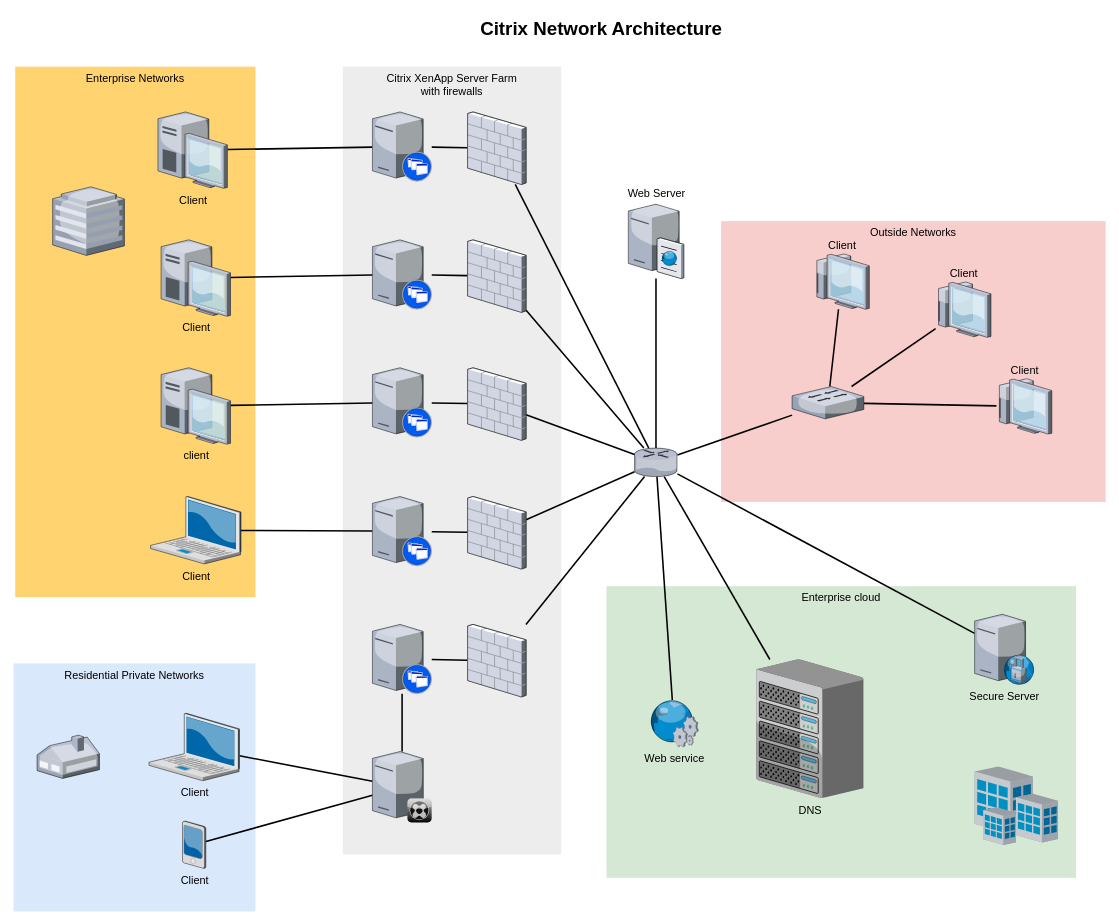
Above: workfile/网络安全域的划分构建（网络配置）.drawio in 0314Valen/0314Valen.github.io (draw.io), before the change. Source tidied: cells renumbered, new cells numbered last; positions are measured from the earlier drawing's top-left corner, leaving out a move shared by most shapes. Both pictures are drawn from the tidied source at 78%, with x=0, y=0 at pixel (13, 13).
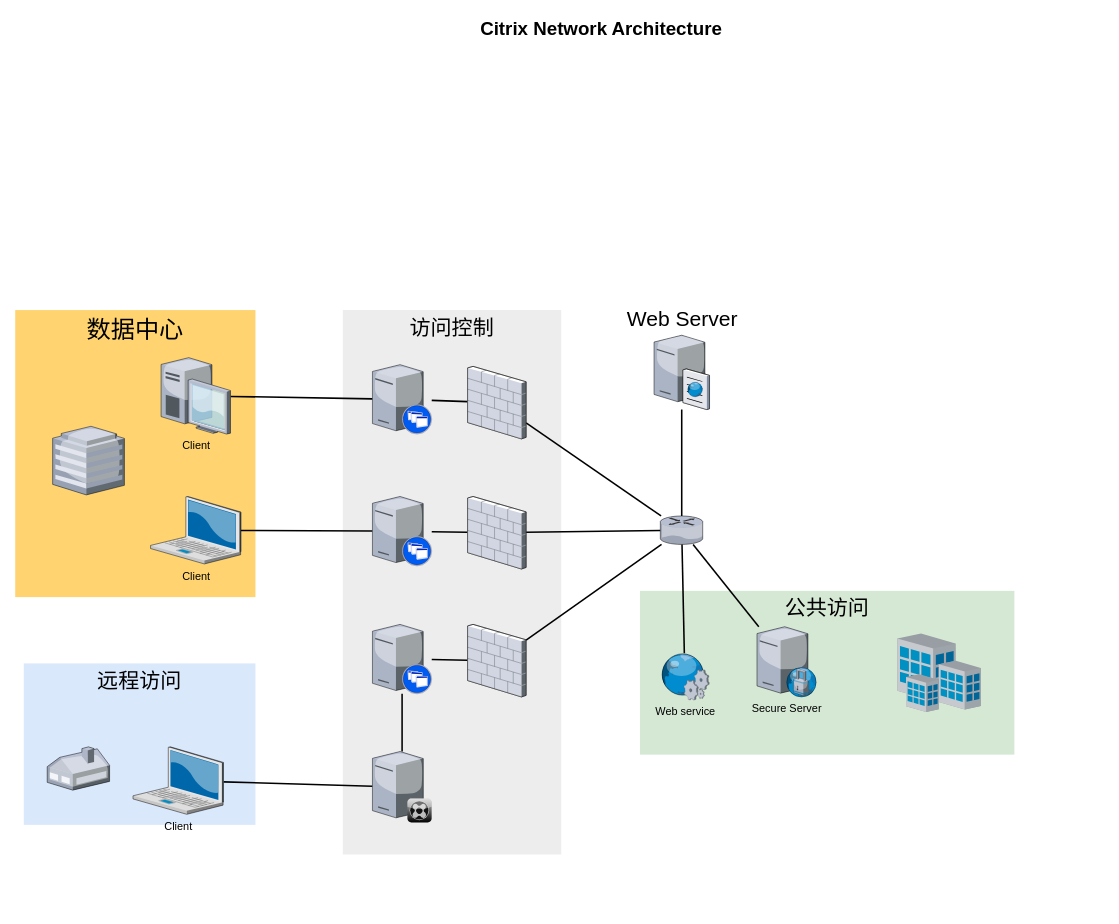
The same diagram, later.

Commit message:
更新网络安全域的划分构建（网络配置）.drawio

Unchanged cells that the change refers to:
```xml
<mxCell id="35" style="verticalLabelPosition=bottom;html=1;verticalAlign=top;strokeColor=none;shape=mxgraph.citrix.xenclient_synchronizer;fillColor=#CCCCCC;gradientColor=#000000;gradientDirection=south;fontSize=14;" parent="1" vertex="1">
  <mxGeometry x="460" y="946" width="76" height="91" as="geometry" />
</mxCell>
```

What changed in the source:
```diff
@@
-    <mxCell id="2" value="Outside Networks" style="whiteSpace=wrap;html=1;fillColor=#f8cecc;fontSize=14;strokeColor=none;verticalAlign=top;" parent="1" vertex="1">
-      <mxGeometry x="907" y="266" width="493" height="360" as="geometry" />
-    </mxCell>
-    <mxCell id="3" value="Enterprise cloud" style="whiteSpace=wrap;html=1;fillColor=#d5e8d4;fontSize=14;strokeColor=none;verticalAlign=top;" parent="1" vertex="1">
-      <mxGeometry x="760" y="734" width="602" height="374" as="geometry" />
+    <mxCell id="3" value="&lt;span style=&quot;font-size: 27px;&quot;&gt;公共访问&lt;/span&gt;" style="whiteSpace=wrap;html=1;fillColor=#d5e8d4;fontSize=14;strokeColor=none;verticalAlign=top;" parent="1" vertex="1">
+      <mxGeometry x="803" y="740" width="480" height="210" as="geometry" />
     </mxCell>
-    <mxCell id="4" value="Citrix XenApp Server Farm&lt;div&gt;with firewalls&lt;/div&gt;" style="whiteSpace=wrap;html=1;fillColor=#EDEDED;fontSize=14;strokeColor=none;verticalAlign=top;" parent="1" vertex="1">
-      <mxGeometry x="422" y="68" width="280" height="1010" as="geometry" />
+    <mxCell id="4" value="&lt;font style=&quot;font-size: 27px;&quot;&gt;访问控制&lt;/font&gt;" style="whiteSpace=wrap;html=1;fillColor=#EDEDED;fontSize=14;strokeColor=none;verticalAlign=top;" parent="1" vertex="1">
+      <mxGeometry x="422" y="380" width="280" height="698" as="geometry" />
     </mxCell>
-    <mxCell id="5" value="Residential Private Networks" style="whiteSpace=wrap;html=1;fillColor=#dae8fc;fontSize=14;strokeColor=none;verticalAlign=top;" parent="1" vertex="1">
-      <mxGeometry y="833" width="310" height="318" as="geometry" />
+    <mxCell id="5" value="&lt;font style=&quot;font-size: 27px;&quot;&gt;远程访问&lt;/font&gt;" style="whiteSpace=wrap;html=1;fillColor=#dae8fc;fontSize=14;strokeColor=none;verticalAlign=top;" parent="1" vertex="1">
+      <mxGeometry x="13" y="833" width="297" height="207" as="geometry" />
     </mxCell>
-    <mxCell id="6" value="Enterprise Networks" style="whiteSpace=wrap;html=1;fillColor=#FFD470;gradientColor=none;fontSize=14;strokeColor=none;verticalAlign=top;" parent="1" vertex="1">
-      <mxGeometry x="2" y="68" width="308" height="680" as="geometry" />
+    <mxCell id="6" value="&lt;font style=&quot;font-size: 31px;&quot;&gt;数据中心&lt;/font&gt;" style="whiteSpace=wrap;html=1;fillColor=#FFD470;gradientColor=none;fontSize=14;strokeColor=none;verticalAlign=top;" parent="1" vertex="1">
+      <mxGeometry x="2" y="380" width="308" height="368" as="geometry" />
     </mxCell>
@@
     <mxCell id="8" value="Client" style="verticalLabelPosition=bottom;html=1;verticalAlign=top;strokeColor=none;shape=mxgraph.citrix.laptop_2;fillColor=#66B2FF;gradientColor=#0066CC;fontSize=14;" parent="1" vertex="1">
-      <mxGeometry x="173.5" y="897" width="116" height="86.5" as="geometry" />
+      <mxGeometry x="153" y="940" width="116" height="86.5" as="geometry" />
     </mxCell>
@@
-    <mxCell id="11" style="edgeStyle=none;rounded=0;html=1;startSize=10;endSize=10;jettySize=auto;fontSize=14;endArrow=none;endFill=0;strokeWidth=2;" parent="1" edge="1" source="12" target="24">
-      <mxGeometry relative="1" as="geometry" />
-    </mxCell>
-    <mxCell id="12" value="client" style="verticalLabelPosition=bottom;html=1;verticalAlign=top;strokeColor=none;shape=mxgraph.citrix.desktop;fillColor=#66B2FF;gradientColor=#0066CC;fontSize=14;" parent="1" vertex="1">
-      <mxGeometry x="189" y="454" width="89" height="98" as="geometry" />
-    </mxCell>
-    <mxCell id="13" style="edgeStyle=none;rounded=0;html=1;startSize=10;endSize=10;jettySize=auto;fontSize=14;endArrow=none;endFill=0;strokeWidth=2;" parent="1" edge="1" source="14" target="26">
-      <mxGeometry relative="1" as="geometry" />
-    </mxCell>
-    <mxCell id="14" value="Client" style="verticalLabelPosition=bottom;html=1;verticalAlign=top;strokeColor=none;shape=mxgraph.citrix.desktop;fillColor=#66B2FF;gradientColor=#0066CC;fontSize=14;" parent="1" vertex="1">
-      <mxGeometry x="189" y="290" width="89" height="98" as="geometry" />
-    </mxCell>
@@
     <mxCell id="16" value="Client" style="verticalLabelPosition=bottom;html=1;verticalAlign=top;strokeColor=none;shape=mxgraph.citrix.desktop;fillColor=#66B2FF;gradientColor=#0066CC;fontSize=14;" parent="1" vertex="1">
-      <mxGeometry x="185" y="126" width="89" height="98" as="geometry" />
+      <mxGeometry x="189" y="441" width="89" height="98" as="geometry" />
     </mxCell>
-    <mxCell id="17" style="edgeStyle=none;rounded=0;html=1;startSize=10;endSize=10;jettySize=auto;fontSize=14;endArrow=none;endFill=0;strokeWidth=2;" parent="1" edge="1" source="18" target="35">
-      <mxGeometry relative="1" as="geometry" />
-    </mxCell>
-    <mxCell id="18" value="Client" style="verticalLabelPosition=bottom;html=1;verticalAlign=top;strokeColor=none;shape=mxgraph.citrix.pda;fillColor=#66B2FF;gradientColor=#0066CC;fontSize=14;" parent="1" vertex="1">
-      <mxGeometry x="216.5" y="1035" width="30" height="61" as="geometry" />
-    </mxCell>
@@
-    <mxCell id="23" style="edgeStyle=none;rounded=0;html=1;startSize=10;endSize=10;jettySize=auto;fontSize=14;endArrow=none;endFill=0;strokeWidth=2;" parent="1" edge="1" source="24" target="43">
-      <mxGeometry relative="1" as="geometry" />
-    </mxCell>
-    <mxCell id="24" style="verticalLabelPosition=bottom;html=1;verticalAlign=top;strokeColor=none;shape=mxgraph.citrix.xenapp_server;fillColor=#66B2FF;gradientColor=#0066CC;fontSize=14;" parent="1" vertex="1">
-      <mxGeometry x="460" y="454" width="76" height="89" as="geometry" />
-    </mxCell>
-    <mxCell id="25" style="edgeStyle=none;rounded=0;html=1;startSize=10;endSize=10;jettySize=auto;fontSize=14;endArrow=none;endFill=0;strokeWidth=2;" parent="1" edge="1" source="26" target="41">
-      <mxGeometry relative="1" as="geometry" />
-    </mxCell>
-    <mxCell id="26" style="verticalLabelPosition=bottom;html=1;verticalAlign=top;strokeColor=none;shape=mxgraph.citrix.xenapp_server;fillColor=#66B2FF;gradientColor=#0066CC;fontSize=14;" parent="1" vertex="1">
-      <mxGeometry x="460" y="290" width="76" height="89" as="geometry" />
-    </mxCell>
@@
     <mxCell id="28" style="verticalLabelPosition=bottom;html=1;verticalAlign=top;strokeColor=none;shape=mxgraph.citrix.xenapp_server;fillColor=#66B2FF;gradientColor=#0066CC;fontSize=14;" parent="1" vertex="1">
-      <mxGeometry x="460" y="126" width="76" height="89" as="geometry" />
+      <mxGeometry x="460" y="450" width="76" height="89" as="geometry" />
     </mxCell>
-    <mxCell id="29" style="edgeStyle=none;rounded=0;html=1;startSize=10;endSize=10;jettySize=auto;fontSize=14;endArrow=none;endFill=0;strokeWidth=2;" parent="1" edge="1" source="33" target="37">
-      <mxGeometry relative="1" as="geometry" />
-    </mxCell>
@@
-    <mxCell id="31" style="edgeStyle=none;rounded=0;html=1;startSize=10;endSize=10;jettySize=auto;fontSize=14;endArrow=none;endFill=0;strokeWidth=2;" parent="1" edge="1" source="33" target="54">
-      <mxGeometry relative="1" as="geometry" />
-    </mxCell>
@@
     <mxCell id="33" style="verticalLabelPosition=bottom;html=1;verticalAlign=top;strokeColor=none;shape=mxgraph.citrix.router;fillColor=#66B2FF;gradientColor=#0066CC;fontSize=14;" parent="1" vertex="1">
-      <mxGeometry x="796" y="557" width="55" height="36.5" as="geometry" />
+      <mxGeometry x="829" y="644" width="55" height="36.5" as="geometry" />
     </mxCell>
@@
-    <mxCell id="36" value="Web Server" style="verticalLabelPosition=top;html=1;verticalAlign=bottom;strokeColor=none;shape=mxgraph.citrix.cache_server;fillColor=#66B2FF;gradientColor=#0066CC;fontSize=14;labelPosition=center;align=center;" parent="1" vertex="1">
-      <mxGeometry x="788" y="242" width="71" height="97.5" as="geometry" />
+    <mxCell id="36" value="Web Server" style="verticalLabelPosition=top;html=1;verticalAlign=bottom;strokeColor=none;shape=mxgraph.citrix.cache_server;fillColor=#66B2FF;gradientColor=#0066CC;fontSize=27;labelPosition=center;align=center;labelBorderColor=none;" parent="1" vertex="1">
+      <mxGeometry x="821" y="410" width="71" height="97.5" as="geometry" />
     </mxCell>
-    <mxCell id="37" value="DNS" style="verticalLabelPosition=bottom;html=1;verticalAlign=top;strokeColor=none;shape=mxgraph.citrix.chassis;fillColor=#66B2FF;gradientColor=#0066CC;fontSize=14;" parent="1" vertex="1">
-      <mxGeometry x="952" y="828" width="137.5" height="177.5" as="geometry" />
-    </mxCell>
@@
     <mxCell id="39" style="verticalLabelPosition=bottom;html=1;verticalAlign=top;strokeColor=none;shape=mxgraph.citrix.firewall;fillColor=#66B2FF;gradientColor=#0066CC;fontSize=14;" parent="1" vertex="1">
-      <mxGeometry x="582" y="126" width="75" height="93" as="geometry" />
+      <mxGeometry x="582" y="452.2" width="75" height="93" as="geometry" />
     </mxCell>
-    <mxCell id="40" style="edgeStyle=none;rounded=0;html=1;startSize=10;endSize=10;jettySize=auto;fontSize=14;endArrow=none;endFill=0;strokeWidth=2;" parent="1" edge="1" source="41" target="33">
-      <mxGeometry relative="1" as="geometry" />
-    </mxCell>
-    <mxCell id="41" style="verticalLabelPosition=bottom;html=1;verticalAlign=top;strokeColor=none;shape=mxgraph.citrix.firewall;fillColor=#66B2FF;gradientColor=#0066CC;fontSize=14;" parent="1" vertex="1">
-      <mxGeometry x="582" y="290" width="75" height="93" as="geometry" />
-    </mxCell>
-    <mxCell id="42" style="edgeStyle=none;rounded=0;html=1;startSize=10;endSize=10;jettySize=auto;fontSize=14;endArrow=none;endFill=0;strokeWidth=2;" parent="1" edge="1" source="43" target="33">
-      <mxGeometry relative="1" as="geometry" />
-    </mxCell>
-    <mxCell id="43" style="verticalLabelPosition=bottom;html=1;verticalAlign=top;strokeColor=none;shape=mxgraph.citrix.firewall;fillColor=#66B2FF;gradientColor=#0066CC;fontSize=14;" parent="1" vertex="1">
-      <mxGeometry x="582" y="454" width="75" height="93" as="geometry" />
-    </mxCell>
@@
-    <mxCell id="48" style="verticalLabelPosition=bottom;html=1;verticalAlign=top;strokeColor=none;shape=mxgraph.citrix.home_office;fillColor=#66B2FF;gradientColor=#0066CC;fontSize=14;" parent="1" vertex="1">
-      <mxGeometry x="30" y="925" width="80" height="55.5" as="geometry" />
-    </mxCell>
     <mxCell id="49" style="verticalLabelPosition=bottom;html=1;verticalAlign=top;strokeColor=none;shape=mxgraph.citrix.hq_enterprise;fillColor=#66B2FF;gradientColor=#0066CC;fontSize=14;" parent="1" vertex="1">
-      <mxGeometry x="50" y="222" width="92" height="88" as="geometry" />
+      <mxGeometry x="50" y="529" width="92" height="88" as="geometry" />
     </mxCell>
     <mxCell id="50" value="Secure Server" style="verticalLabelPosition=bottom;html=1;verticalAlign=top;strokeColor=none;shape=mxgraph.citrix.proxy_server;fillColor=#66B2FF;gradientColor=#0066CC;fontSize=14;" parent="1" vertex="1">
-      <mxGeometry x="1232" y="770" width="76.5" height="90" as="geometry" />
+      <mxGeometry x="953" y="786" width="76.5" height="90" as="geometry" />
     </mxCell>
-    <mxCell id="51" style="edgeStyle=none;rounded=0;html=1;startSize=10;endSize=10;jettySize=auto;fontSize=14;endArrow=none;endFill=0;strokeWidth=2;" parent="1" edge="1" source="54" target="57">
-      <mxGeometry relative="1" as="geometry" />
-    </mxCell>
-    <mxCell id="52" style="edgeStyle=none;rounded=0;html=1;startSize=10;endSize=10;jettySize=auto;fontSize=14;endArrow=none;endFill=0;strokeWidth=2;" parent="1" edge="1" source="54" target="56">
-      <mxGeometry relative="1" as="geometry" />
-    </mxCell>
-    <mxCell id="53" style="edgeStyle=none;rounded=0;html=1;startSize=10;endSize=10;jettySize=auto;fontSize=14;endArrow=none;endFill=0;strokeWidth=2;" parent="1" edge="1" source="54" target="55">
-      <mxGeometry relative="1" as="geometry" />
-    </mxCell>
-    <mxCell id="54" style="verticalLabelPosition=bottom;html=1;verticalAlign=top;strokeColor=none;shape=mxgraph.citrix.switch;fillColor=#66B2FF;gradientColor=#0066CC;fontSize=14;" parent="1" vertex="1">
-      <mxGeometry x="998" y="478" width="92" height="41.5" as="geometry" />
-    </mxCell>
-    <mxCell id="55" value="Client" style="verticalLabelPosition=top;html=1;verticalAlign=bottom;strokeColor=none;shape=mxgraph.citrix.thin_client;fillColor=#66B2FF;gradientColor=#0066CC;fontSize=14;labelPosition=center;align=center;" parent="1" vertex="1">
-      <mxGeometry x="1260" y="468" width="71" height="71" as="geometry" />
-    </mxCell>
-    <mxCell id="56" value="Client" style="verticalLabelPosition=top;html=1;verticalAlign=bottom;strokeColor=none;shape=mxgraph.citrix.thin_client;fillColor=#66B2FF;gradientColor=#0066CC;fontSize=14;labelPosition=center;align=center;" parent="1" vertex="1">
-      <mxGeometry x="1182" y="344" width="71" height="71" as="geometry" />
-    </mxCell>
-    <mxCell id="57" value="Client" style="verticalLabelPosition=top;html=1;verticalAlign=bottom;strokeColor=none;shape=mxgraph.citrix.thin_client;fillColor=#66B2FF;gradientColor=#0066CC;fontSize=14;labelPosition=center;align=center;" parent="1" vertex="1">
-      <mxGeometry x="1026" y="308" width="71" height="71" as="geometry" />
-    </mxCell>
@@
     <mxCell id="59" value="Web service" style="verticalLabelPosition=bottom;html=1;verticalAlign=top;strokeColor=none;shape=mxgraph.citrix.web_service;fillColor=#66B2FF;gradientColor=#0066CC;fontSize=14;" parent="1" vertex="1">
-      <mxGeometry x="815" y="880" width="63" height="60" as="geometry" />
+      <mxGeometry x="829" y="820" width="63" height="60" as="geometry" />
     </mxCell>
     <mxCell id="60" style="verticalLabelPosition=bottom;html=1;verticalAlign=top;strokeColor=none;shape=mxgraph.citrix.site;fillColor=#66B2FF;gradientColor=#0066CC;fontSize=14;" parent="1" vertex="1">
-      <mxGeometry x="1232" y="965" width="107" height="101" as="geometry" />
+      <mxGeometry x="1133" y="794.5" width="107" height="101" as="geometry" />
     </mxCell>
@@
+    <mxCell id="62" style="verticalLabelPosition=bottom;sketch=0;html=1;verticalAlign=top;strokeColor=none;align=center;shape=mxgraph.citrix.home_office;" parent="1" vertex="1">
+      <mxGeometry x="43" y="940" width="80" height="55.5" as="geometry" />
+    </mxCell>
```
